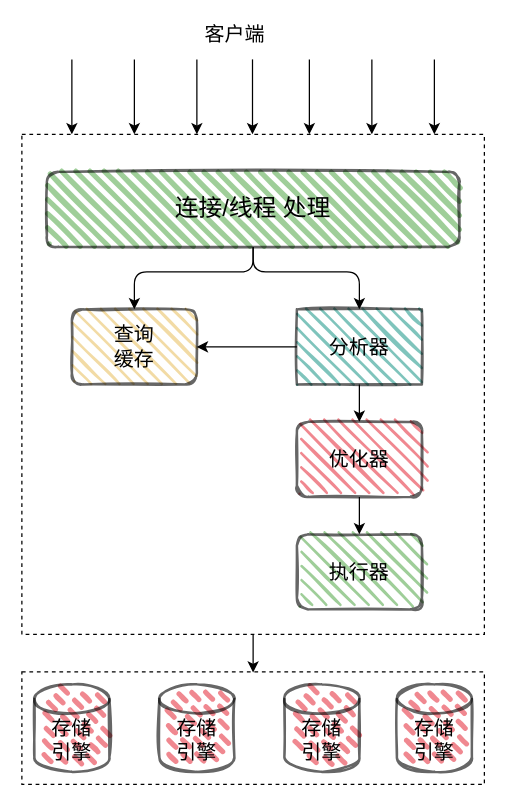
boilingfrog/Go-POINT keeps this draw.io diagram as page "mysql-query" (1 of 10) of mysql/mysql.drawio. Above is the earlier version. Source tidied: cells renumbered, new cells numbered last; positions are measured from the earlier drawing's top-left corner, leaving out a move shared by most shapes. Both pictures are drawn from the tidied source at 125%, with x=0, y=0 at pixel (21, 21).
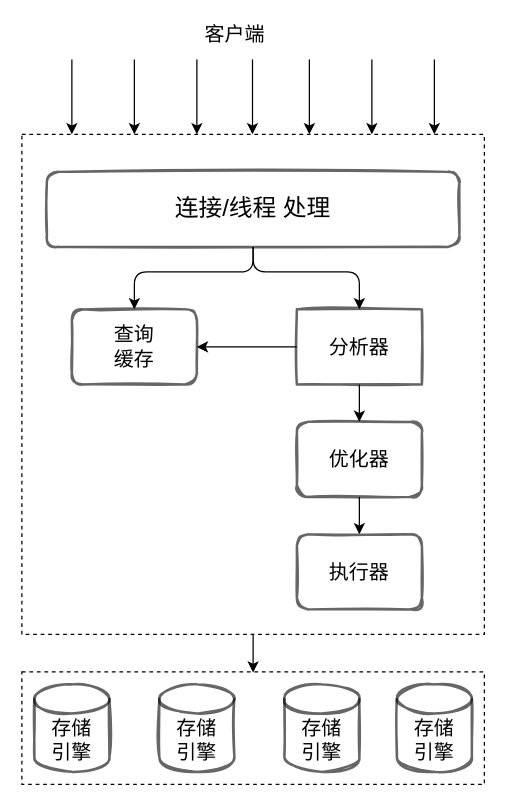
The same diagram, later.

Commit message (it also covers changes not shown here):
feat:一条 sql 的执行过程

The edit, as a diff of the source:
```diff
@@
-    <mxCell id="7" value="&lt;span style=&quot;font-size: 19px&quot;&gt;连接/线程 处理&lt;/span&gt;" style="rounded=1;whiteSpace=wrap;html=1;strokeWidth=2;fillWeight=4;hachureGap=8;hachureAngle=45;fillColor=#5FAD56;sketch=1;fontSize=16;opacity=60;" parent="1" vertex="1">
+    <mxCell id="7" value="&lt;span style=&quot;font-size: 19px&quot;&gt;连接/线程 处理&lt;/span&gt;" style="rounded=1;whiteSpace=wrap;html=1;strokeWidth=2;fillWeight=4;hachureGap=8;hachureAngle=45;fillColor=none;sketch=1;fontSize=16;opacity=60;" parent="1" vertex="1">
       <mxGeometry x="20" y="120" width="330" height="60" as="geometry" />
     </mxCell>
@@
-    <mxCell id="15" value="查询&lt;br&gt;缓存" style="rounded=1;whiteSpace=wrap;html=1;strokeWidth=2;fillWeight=2;hachureGap=8;hachureAngle=45;fillColor=#E9C46A;sketch=1;fontSize=16;fillStyle=dots;opacity=60;" parent="1" vertex="1">
+    <mxCell id="15" value="查询&lt;br&gt;缓存" style="rounded=1;whiteSpace=wrap;html=1;strokeWidth=2;fillWeight=2;hachureGap=8;hachureAngle=45;fillColor=none;sketch=1;fontSize=16;fillStyle=dots;opacity=60;" parent="1" vertex="1">
       <mxGeometry x="40" y="230" width="100" height="60" as="geometry" />
     </mxCell>
@@
-    <mxCell id="18" value="&lt;font style=&quot;font-size: 16px&quot;&gt;分析器&lt;/font&gt;" style="rounded=0;whiteSpace=wrap;html=1;strokeWidth=2;fillWeight=2;hachureGap=8;hachureAngle=45;fillColor=#2A9D8F;sketch=1;fontSize=12;fillStyle=dots;opacity=60;" parent="1" vertex="1">
+    <mxCell id="18" value="&lt;font style=&quot;font-size: 16px&quot;&gt;分析器&lt;/font&gt;" style="rounded=0;whiteSpace=wrap;html=1;strokeWidth=2;fillWeight=2;hachureGap=8;hachureAngle=45;fillColor=none;sketch=1;fontSize=12;fillStyle=dots;opacity=60;" parent="1" vertex="1">
       <mxGeometry x="220" y="230" width="100" height="60" as="geometry" />
     </mxCell>
@@
-    <mxCell id="20" value="优化器" style="rounded=1;whiteSpace=wrap;html=1;strokeWidth=2;fillWeight=2;hachureGap=8;hachureAngle=45;fillColor=#E63946;sketch=1;fontSize=16;fillStyle=dots;opacity=60;" parent="1" vertex="1">
+    <mxCell id="20" value="优化器" style="rounded=1;whiteSpace=wrap;html=1;strokeWidth=2;fillWeight=2;hachureGap=8;hachureAngle=45;fillColor=none;sketch=1;fontSize=16;fillStyle=dots;opacity=60;" parent="1" vertex="1">
       <mxGeometry x="220" y="320" width="100" height="60" as="geometry" />
     </mxCell>
-    <mxCell id="21" value="执行器" style="rounded=1;whiteSpace=wrap;html=1;strokeWidth=2;fillWeight=2;hachureGap=8;hachureAngle=45;fillColor=#5FAD56;sketch=1;fontSize=16;fillStyle=dots;opacity=60;" parent="1" vertex="1">
+    <mxCell id="21" value="执行器" style="rounded=1;whiteSpace=wrap;html=1;strokeWidth=2;fillWeight=2;hachureGap=8;hachureAngle=45;fillColor=none;sketch=1;fontSize=16;fillStyle=dots;opacity=60;" parent="1" vertex="1">
       <mxGeometry x="220" y="410" width="100" height="60" as="geometry" />
     </mxCell>
-    <mxCell id="22" value="&lt;br&gt;存储&lt;br&gt;引擎" style="strokeWidth=2;html=1;shape=mxgraph.flowchart.database;whiteSpace=wrap;fontSize=16;fillColor=#E63946;rounded=1;fillWeight=4;hachureGap=8;fillStyle=dashed;sketch=1;hachureAngle=45;opacity=60;" parent="1" vertex="1">
+    <mxCell id="22" value="&lt;br&gt;存储&lt;br&gt;引擎" style="strokeWidth=2;html=1;shape=mxgraph.flowchart.database;whiteSpace=wrap;fontSize=16;fillColor=none;rounded=1;fillWeight=4;hachureGap=8;fillStyle=dashed;sketch=1;hachureAngle=45;opacity=60;" parent="1" vertex="1">
       <mxGeometry x="10" y="530" width="60" height="70" as="geometry" />
     </mxCell>
-    <mxCell id="23" value="&lt;br&gt;&lt;span&gt;存储&lt;/span&gt;&lt;br&gt;&lt;span&gt;引擎&lt;/span&gt;" style="strokeWidth=2;html=1;shape=mxgraph.flowchart.database;whiteSpace=wrap;fontSize=16;fillColor=#E63946;rounded=1;fillWeight=4;hachureGap=8;fillStyle=dashed;sketch=1;hachureAngle=45;opacity=60;" parent="1" vertex="1">
+    <mxCell id="23" value="&lt;br&gt;&lt;span&gt;存储&lt;/span&gt;&lt;br&gt;&lt;span&gt;引擎&lt;/span&gt;" style="strokeWidth=2;html=1;shape=mxgraph.flowchart.database;whiteSpace=wrap;fontSize=16;fillColor=none;rounded=1;fillWeight=4;hachureGap=8;fillStyle=dashed;sketch=1;hachureAngle=45;opacity=60;" parent="1" vertex="1">
       <mxGeometry x="110" y="530" width="60" height="70" as="geometry" />
     </mxCell>
-    <mxCell id="24" value="&lt;br&gt;&lt;span&gt;存储&lt;/span&gt;&lt;br&gt;&lt;span&gt;引擎&lt;/span&gt;" style="strokeWidth=2;html=1;shape=mxgraph.flowchart.database;whiteSpace=wrap;fontSize=16;fillColor=#E63946;rounded=1;fillWeight=4;hachureGap=8;fillStyle=dashed;sketch=1;hachureAngle=45;opacity=60;" parent="1" vertex="1">
+    <mxCell id="24" value="&lt;br&gt;&lt;span&gt;存储&lt;/span&gt;&lt;br&gt;&lt;span&gt;引擎&lt;/span&gt;" style="strokeWidth=2;html=1;shape=mxgraph.flowchart.database;whiteSpace=wrap;fontSize=16;fillColor=none;rounded=1;fillWeight=4;hachureGap=8;fillStyle=dashed;sketch=1;hachureAngle=45;opacity=60;" parent="1" vertex="1">
       <mxGeometry x="210" y="530" width="60" height="70" as="geometry" />
     </mxCell>
-    <mxCell id="25" value="&lt;br&gt;&lt;span&gt;存储&lt;/span&gt;&lt;br&gt;&lt;span&gt;引擎&lt;/span&gt;" style="strokeWidth=2;html=1;shape=mxgraph.flowchart.database;whiteSpace=wrap;fontSize=16;fillColor=#E63946;rounded=1;fillWeight=4;hachureGap=8;fillStyle=dashed;sketch=1;hachureAngle=45;opacity=60;" parent="1" vertex="1">
+    <mxCell id="25" value="&lt;br&gt;&lt;span&gt;存储&lt;/span&gt;&lt;br&gt;&lt;span&gt;引擎&lt;/span&gt;" style="strokeWidth=2;html=1;shape=mxgraph.flowchart.database;whiteSpace=wrap;fontSize=16;fillColor=none;rounded=1;fillWeight=4;hachureGap=8;fillStyle=dashed;sketch=1;hachureAngle=45;opacity=60;" parent="1" vertex="1">
       <mxGeometry x="300" y="530" width="60" height="70" as="geometry" />
     </mxCell>
```
